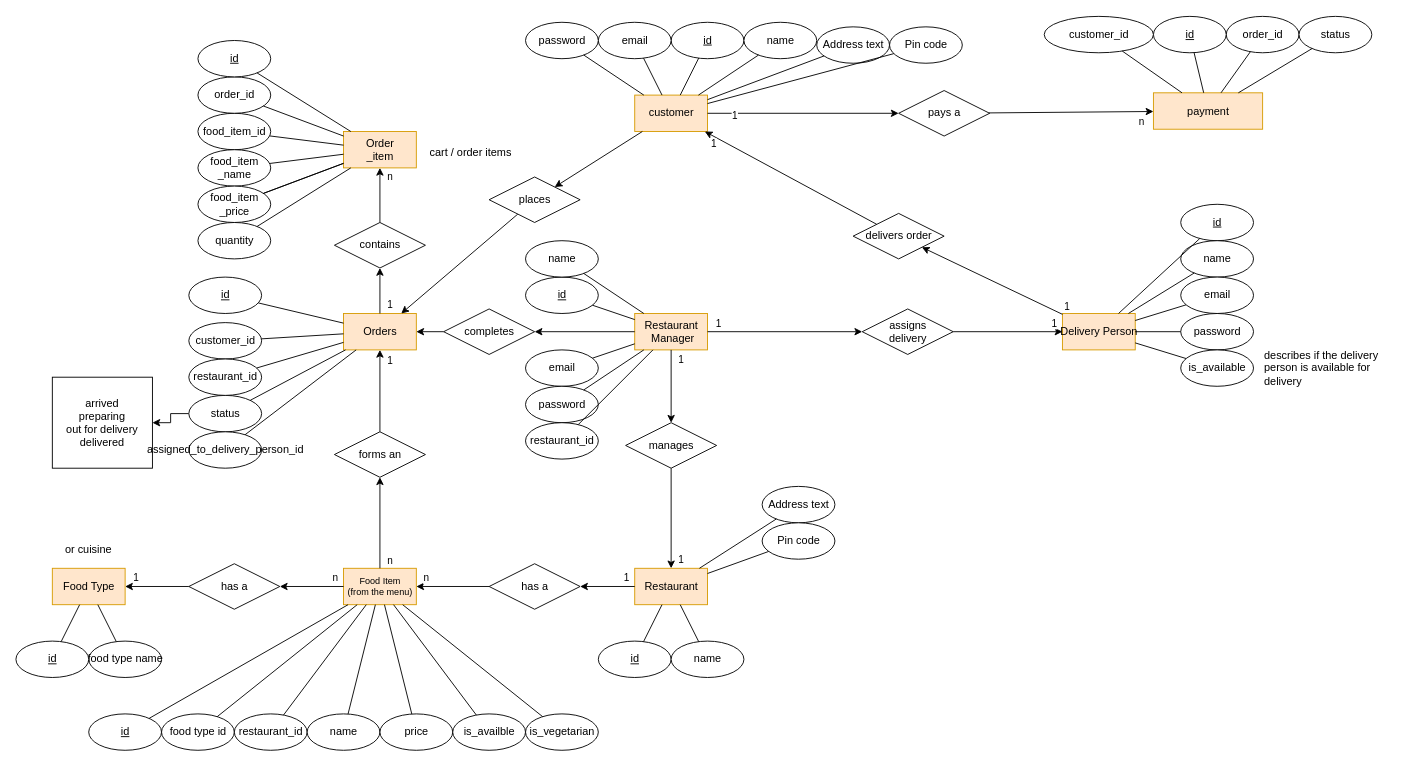
This is diagrams/ER/Untitled Diagram.drawio from callofthewild/hunger-buzz, a draw.io file, before an edit. Source tidied: cells renumbered, new cells numbered last; positions are measured from the earlier drawing's top-left corner, leaving out a move shared by most shapes. Both pictures are drawn from the tidied source at 91%, with x=0, y=0 at pixel (15, 15).
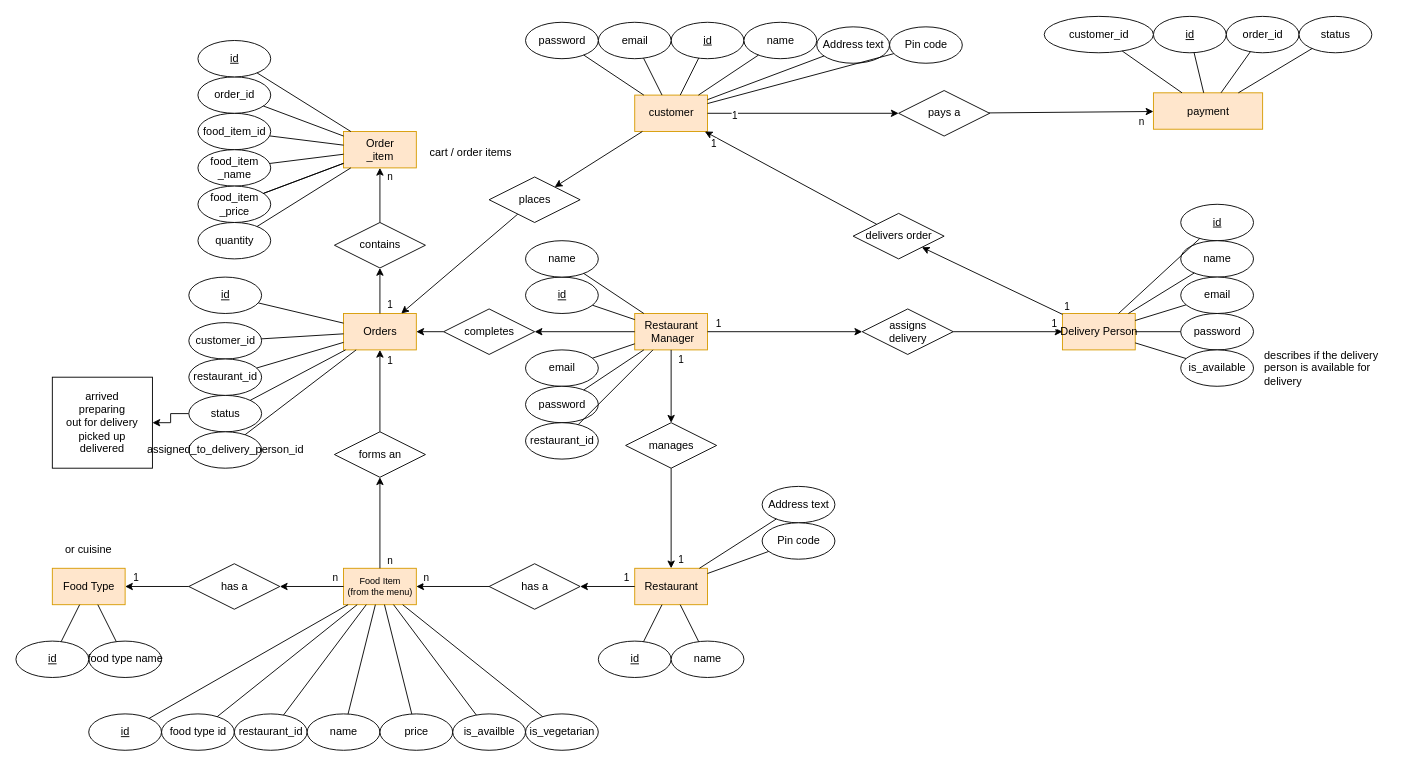
The same page after the edit.

Commit message:
Added Picked up status for Delivery person - ER 2

Change to the diagram source:
```diff
@@
-    <mxCell id="139" value="&lt;div&gt;arrived&lt;/div&gt;&lt;div&gt;preparing&lt;/div&gt;&lt;div&gt;out for delivery&lt;/div&gt;&lt;div&gt;delivered&lt;br&gt;&lt;/div&gt;" style="text;html=1;strokeColor=default;fillColor=none;align=center;verticalAlign=middle;whiteSpace=wrap;rounded=0;" parent="1" vertex="1">
+    <mxCell id="139" value="&lt;div&gt;arrived&lt;/div&gt;&lt;div&gt;preparing&lt;/div&gt;&lt;div&gt;out for delivery&lt;/div&gt;&lt;div&gt;picked up&lt;br&gt;&lt;/div&gt;&lt;div&gt;delivered&lt;br&gt;&lt;/div&gt;" style="text;html=1;strokeColor=default;fillColor=none;align=center;verticalAlign=middle;whiteSpace=wrap;rounded=0;" parent="1" vertex="1">
       <mxGeometry x="40" y="397" width="110" height="100" as="geometry" />
     </mxCell>
```
